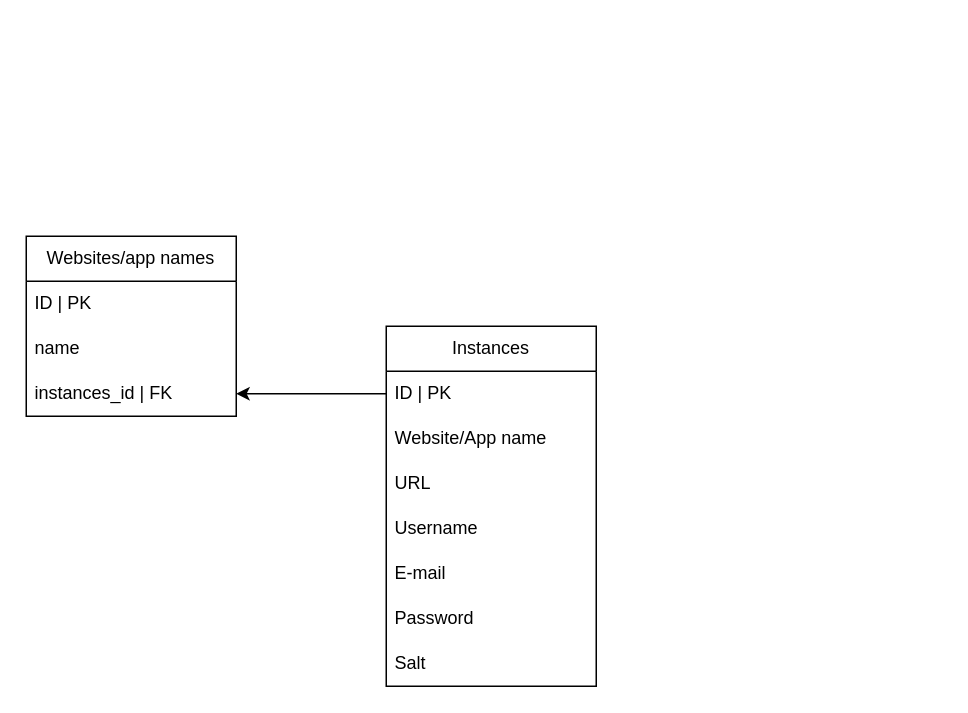
The draw.io diagram diagrams/password_manager_databse_design.drawio in Stefan1711UNI/Password_Manager, before the edit. Source tidied: cells renumbered, new cells numbered last; positions are measured from the earlier drawing's top-left corner, leaving out a move shared by most shapes. Both pictures are drawn from the tidied source at 150%, with x=0, y=0 at pixel (26, 236).
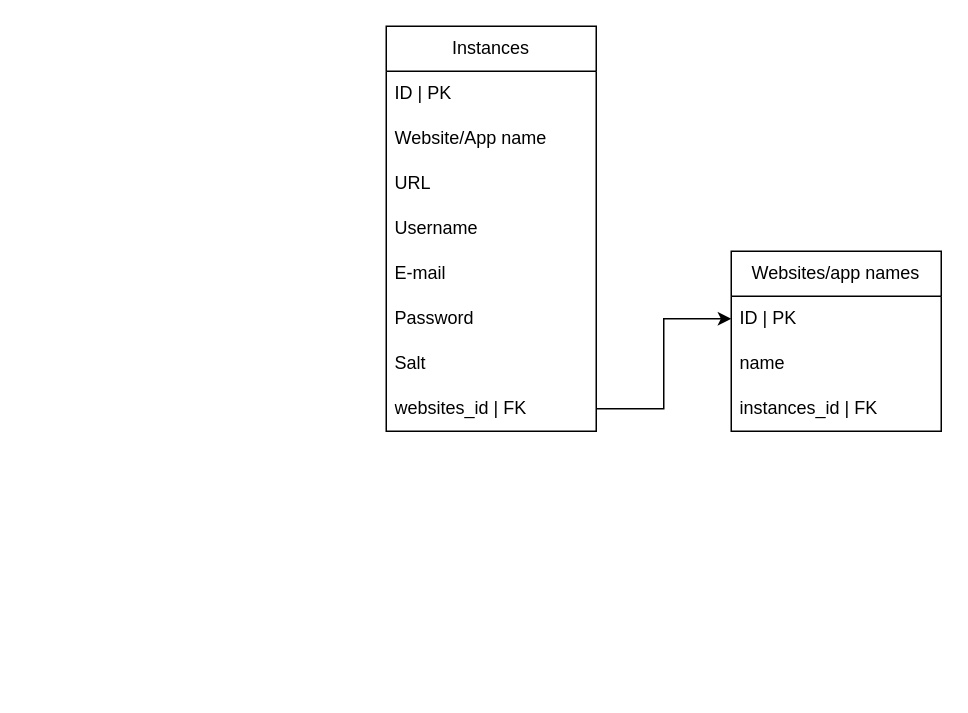
Above is the later version.

The edit, as a diff of the source:
```diff
@@
 <mxGraphModel>
   <root>
     <mxCell id="0" />
     <mxCell id="1" parent="0" />
     <mxCell id="2" value="Websites/app names" style="swimlane;fontStyle=0;horizontal=1;startSize=30;whiteSpace=wrap;html=1;" parent="1" vertex="1">
-      <mxGeometry width="140" height="120" as="geometry" />
+      <mxGeometry x="470" y="10" width="140" height="120" as="geometry" />
     </mxCell>
     <mxCell id="3" value="ID | PK" style="text;strokeColor=none;fillColor=none;align=left;verticalAlign=middle;spacingLeft=4;spacingRight=4;overflow=hidden;points=[[0,0.5],[1,0.5]];portConstraint=eastwest;whiteSpace=wrap;html=1;" parent="2" vertex="1">
       <mxGeometry y="30" width="140" height="30" as="geometry" />
     </mxCell>
     <mxCell id="4" value="name" style="text;strokeColor=none;fillColor=none;align=left;verticalAlign=middle;spacingLeft=4;spacingRight=4;overflow=hidden;whiteSpace=wrap;html=1;" parent="2" vertex="1">
       <mxGeometry y="60" width="140" height="30" as="geometry" />
     </mxCell>
     <mxCell id="5" value="instances_id | FK" style="text;strokeColor=none;fillColor=none;align=left;verticalAlign=middle;spacingLeft=4;spacingRight=4;overflow=hidden;points=[[0,0.5],[1,0.5]];portConstraint=eastwest;whiteSpace=wrap;html=1;" parent="2" vertex="1">
       <mxGeometry y="90" width="140" height="30" as="geometry" />
     </mxCell>
     <mxCell id="6" value="Instances" style="swimlane;fontStyle=0;horizontal=1;startSize=30;whiteSpace=wrap;html=1;" parent="1" vertex="1">
-      <mxGeometry x="240" y="60" width="140" height="240" as="geometry" />
+      <mxGeometry x="240" y="-140" width="140" height="270" as="geometry" />
     </mxCell>
     <mxCell id="7" value="ID | PK" style="text;strokeColor=none;fillColor=none;align=left;verticalAlign=middle;spacingLeft=4;spacingRight=4;overflow=hidden;points=[[0,0.5],[1,0.5]];portConstraint=eastwest;whiteSpace=wrap;html=1;" parent="6" vertex="1">
       <mxGeometry y="30" width="140" height="30" as="geometry" />
     </mxCell>
     <mxCell id="8" value="Website/App name" style="text;strokeColor=none;fillColor=none;align=left;verticalAlign=middle;spacingLeft=4;spacingRight=4;overflow=hidden;whiteSpace=wrap;html=1;" parent="6" vertex="1">
       <mxGeometry y="60" width="140" height="30" as="geometry" />
     </mxCell>
     <mxCell id="9" value="URL" style="text;strokeColor=none;fillColor=none;align=left;verticalAlign=middle;spacingLeft=4;spacingRight=4;overflow=hidden;whiteSpace=wrap;html=1;" parent="6" vertex="1">
       <mxGeometry y="90" width="140" height="30" as="geometry" />
     </mxCell>
     <mxCell id="10" value="Username" style="text;strokeColor=none;fillColor=none;align=left;verticalAlign=middle;spacingLeft=4;spacingRight=4;overflow=hidden;whiteSpace=wrap;html=1;" parent="6" vertex="1">
       <mxGeometry y="120" width="140" height="30" as="geometry" />
     </mxCell>
     <mxCell id="11" value="E-mail" style="text;strokeColor=none;fillColor=none;align=left;verticalAlign=middle;spacingLeft=4;spacingRight=4;overflow=hidden;whiteSpace=wrap;html=1;" parent="6" vertex="1">
       <mxGeometry y="150" width="140" height="30" as="geometry" />
     </mxCell>
     <mxCell id="12" value="Password" style="text;strokeColor=none;fillColor=none;align=left;verticalAlign=middle;spacingLeft=4;spacingRight=4;overflow=hidden;whiteSpace=wrap;html=1;" parent="6" vertex="1">
       <mxGeometry y="180" width="140" height="30" as="geometry" />
     </mxCell>
     <mxCell id="13" value="Salt" style="text;strokeColor=none;fillColor=none;align=left;verticalAlign=middle;spacingLeft=4;spacingRight=4;overflow=hidden;whiteSpace=wrap;html=1;" parent="6" vertex="1">
       <mxGeometry y="210" width="140" height="30" as="geometry" />
     </mxCell>
-    <mxCell id="14" style="edgeStyle=orthogonalEdgeStyle;rounded=0;jettySize=auto;html=1;" parent="1" edge="1" source="7" target="5">
-      <mxGeometry relative="1" as="geometry" />
-    </mxCell>
+    <mxCell id="15" value="websites_id | FK" style="text;strokeColor=none;fillColor=none;align=left;verticalAlign=middle;spacingLeft=4;spacingRight=4;overflow=hidden;points=[[0,0.5],[1,0.5]];portConstraint=eastwest;whiteSpace=wrap;html=1;" parent="6" vertex="1">
+      <mxGeometry y="240" width="140" height="30" as="geometry" />
+    </mxCell>
+    <mxCell id="16" style="edgeStyle=orthogonalEdgeStyle;rounded=0;jettySize=auto;html=1;exitX=1;exitY=0.5;exitDx=0;exitDy=0;entryX=0;entryY=0.5;entryDx=0;entryDy=0;" parent="1" edge="1" source="15" target="3">
+      <mxGeometry relative="1" as="geometry" />
+    </mxCell>
   </root>
 </mxGraphModel>
```
